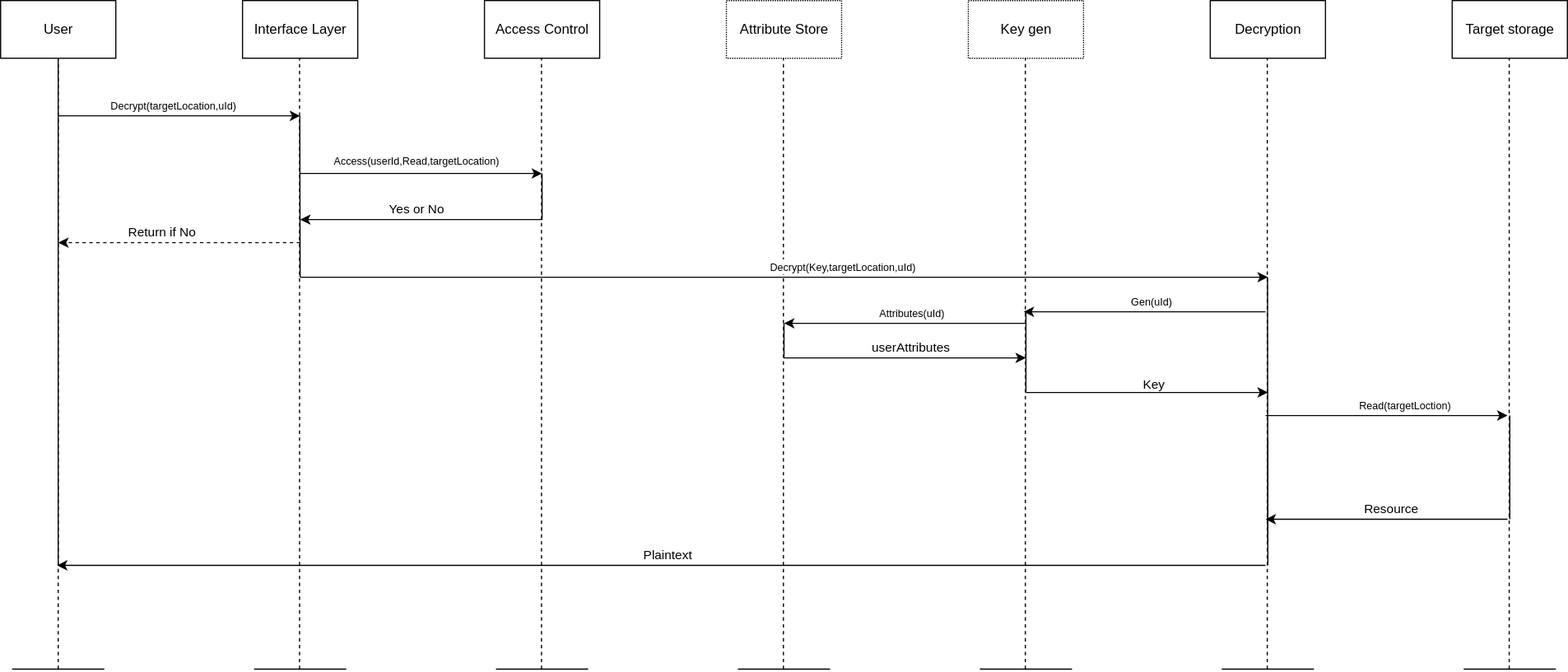
The draw.io diagram docs/design/system/decryption_flow.drawio.svg in ivajon/NGAC_ABE, before a commit. Source tidied: cells renumbered, new cells last; positions are measured from the earlier drawing's top-left corner, leaving out a move shared by most shapes.
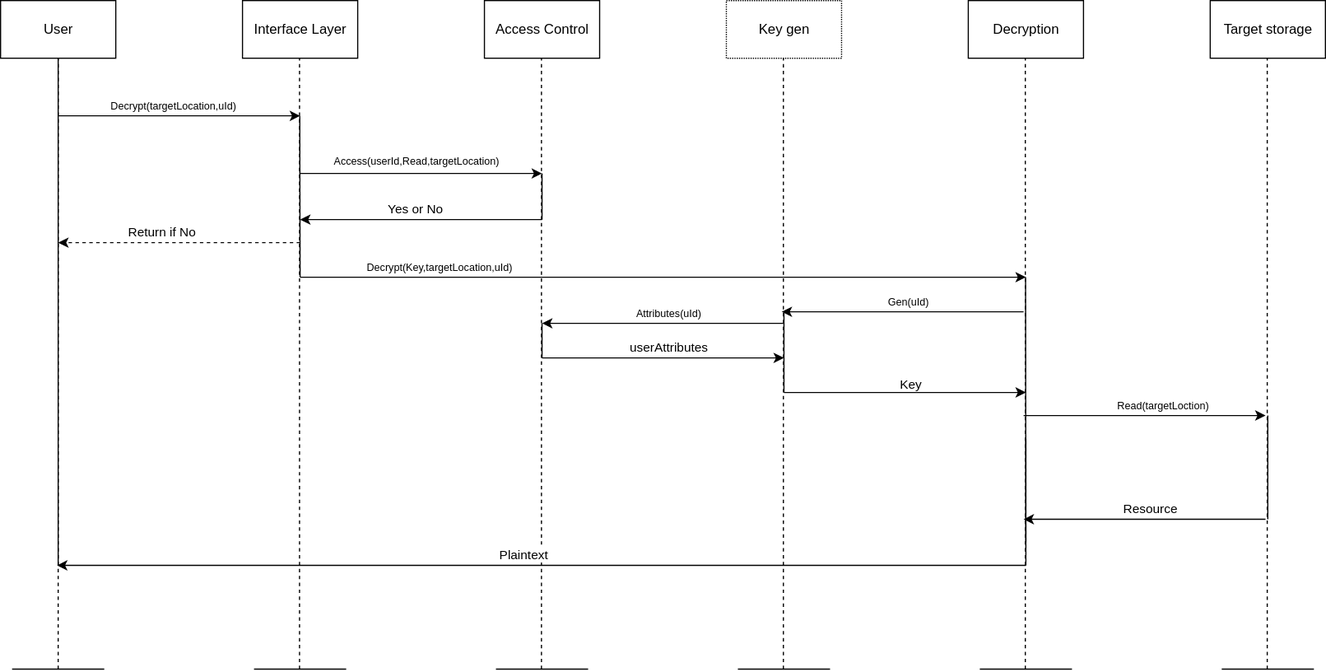
The same file after the commit.

What changed in the source:
```diff
@@ -9,7 +9,7 @@
       <mxGeometry x="420" width="100" height="50" as="geometry" />
     </mxCell>
     <mxCell id="4" value="Decryption" style="html=1;dashed=0;whitespace=wrap;" parent="1" vertex="1">
-      <mxGeometry x="1050" width="100" height="50" as="geometry" />
+      <mxGeometry x="840" width="100" height="50" as="geometry" />
     </mxCell>
     <mxCell id="5" value="Interface Layer" style="html=1;dashed=0;whitespace=wrap;" parent="1" vertex="1">
       <mxGeometry x="210" width="100" height="50" as="geometry" />
@@ -43,10 +43,10 @@
     </mxCell>
     <mxCell id="9" style="endArrow=none;html=1;" parent="1" edge="1">
       <mxGeometry relative="1" as="geometry">
-        <mxPoint x="1060" y="580" as="sourcePoint" />
-        <mxPoint x="1140" y="580" as="targetPoint" />
+        <mxPoint x="850" y="580" as="sourcePoint" />
+        <mxPoint x="930" y="580" as="targetPoint" />
         <Array as="points">
-          <mxPoint x="1100" y="580" />
+          <mxPoint x="890" y="580" />
         </Array>
       </mxGeometry>
     </mxCell>
@@ -69,8 +69,8 @@
     </mxCell>
     <mxCell id="13" style="endArrow=none;dashed=1;html=1;entryX=0.5;entryY=1;entryDx=0;entryDy=0;" parent="1" edge="1">
       <mxGeometry relative="1" as="geometry">
-        <mxPoint x="1099.5" y="580" as="sourcePoint" />
-        <mxPoint x="1099.5" y="50" as="targetPoint" />
+        <mxPoint x="889.5" y="580" as="sourcePoint" />
+        <mxPoint x="889.5" y="50" as="targetPoint" />
       </mxGeometry>
     </mxCell>
     <mxCell id="14" style="endArrow=classic;html=1;" parent="1" edge="1">
@@ -91,21 +91,21 @@
       </mxGeometry>
     </mxCell>
     <mxCell id="17" value="Target storage" style="html=1;dashed=0;whitespace=wrap;" parent="1" vertex="1">
-      <mxGeometry x="1260" width="100" height="50" as="geometry" />
+      <mxGeometry x="1050" width="100" height="50" as="geometry" />
     </mxCell>
     <mxCell id="18" style="endArrow=none;html=1;" parent="1" edge="1">
       <mxGeometry relative="1" as="geometry">
-        <mxPoint x="1270" y="580" as="sourcePoint" />
-        <mxPoint x="1350" y="580" as="targetPoint" />
+        <mxPoint x="1060" y="580" as="sourcePoint" />
+        <mxPoint x="1140" y="580" as="targetPoint" />
         <Array as="points">
-          <mxPoint x="1310" y="580" />
+          <mxPoint x="1100" y="580" />
         </Array>
       </mxGeometry>
     </mxCell>
     <mxCell id="19" style="endArrow=none;dashed=1;html=1;entryX=0.5;entryY=1;entryDx=0;entryDy=0;" parent="1" edge="1">
       <mxGeometry relative="1" as="geometry">
-        <mxPoint x="1309.5" y="580" as="sourcePoint" />
-        <mxPoint x="1309.5" y="50" as="targetPoint" />
+        <mxPoint x="1099.5" y="580" as="sourcePoint" />
+        <mxPoint x="1099.5" y="50" as="targetPoint" />
       </mxGeometry>
     </mxCell>
     <mxCell id="20" style="endArrow=none;html=1;" parent="1" edge="1">
@@ -139,67 +139,49 @@
     </mxCell>
     <mxCell id="25" style="endArrow=none;html=1;" parent="1" edge="1">
       <mxGeometry relative="1" as="geometry">
-        <mxPoint x="1100" y="380" as="sourcePoint" />
-        <mxPoint x="1100" y="470" as="targetPoint" />
+        <mxPoint x="890" y="380" as="sourcePoint" />
+        <mxPoint x="890" y="470" as="targetPoint" />
       </mxGeometry>
     </mxCell>
     <mxCell id="26" style="endArrow=none;html=1;" parent="1" edge="1">
       <mxGeometry relative="1" as="geometry">
-        <mxPoint x="1310" y="450" as="sourcePoint" />
-        <mxPoint x="1310" y="360" as="targetPoint" />
+        <mxPoint x="1100" y="450" as="sourcePoint" />
+        <mxPoint x="1100" y="360" as="targetPoint" />
       </mxGeometry>
     </mxCell>
-    <mxCell id="27" value="Attribute Store" style="html=1;dashed=1;whitespace=wrap;dashPattern=1 1;" parent="1" vertex="1">
-      <mxGeometry x="630" width="100" height="50" as="geometry" />
-    </mxCell>
-    <mxCell id="28" style="endArrow=none;html=1;" parent="1" edge="1">
-      <mxGeometry relative="1" as="geometry">
-        <mxPoint x="640" y="580" as="sourcePoint" />
-        <mxPoint x="720" y="580" as="targetPoint" />
-        <Array as="points">
-          <mxPoint x="680" y="580" />
-        </Array>
-      </mxGeometry>
-    </mxCell>
-    <mxCell id="29" style="endArrow=none;dashed=1;html=1;entryX=0.5;entryY=1;entryDx=0;entryDy=0;" parent="1" edge="1">
-      <mxGeometry relative="1" as="geometry">
-        <mxPoint x="679.5" y="580" as="sourcePoint" />
-        <mxPoint x="679.5" y="50" as="targetPoint" />
-      </mxGeometry>
-    </mxCell>
     <mxCell id="30" style="endArrow=classic;html=1;" parent="1" edge="1">
       <mxGeometry relative="1" as="geometry">
         <mxPoint x="260" y="240" as="sourcePoint" />
-        <mxPoint x="1100" y="240" as="targetPoint" />
+        <mxPoint x="890" y="240" as="targetPoint" />
       </mxGeometry>
     </mxCell>
     <mxCell id="31" value="&lt;font style=&quot;font-size: 9px&quot;&gt;Decrypt(Key,targetLocation,uId)&lt;/font&gt;" style="edgeLabel;html=1;align=center;verticalAlign=middle;" parent="30" vertex="1">
       <mxGeometry x="0.33" y="-1" relative="1" as="geometry">
-        <mxPoint x="-87" y="-11" as="offset" />
+        <mxPoint x="-297" y="-11" as="offset" />
       </mxGeometry>
     </mxCell>
     <mxCell id="32" value="Key gen" style="html=1;dashed=1;whitespace=wrap;dashPattern=1 1;" parent="1" vertex="1">
-      <mxGeometry x="840" width="100" height="50" as="geometry" />
+      <mxGeometry x="630" width="100" height="50" as="geometry" />
     </mxCell>
     <mxCell id="33" style="endArrow=none;html=1;" parent="1" edge="1">
       <mxGeometry relative="1" as="geometry">
-        <mxPoint x="850" y="580" as="sourcePoint" />
-        <mxPoint x="930" y="580" as="targetPoint" />
+        <mxPoint x="640" y="580" as="sourcePoint" />
+        <mxPoint x="720" y="580" as="targetPoint" />
         <Array as="points">
-          <mxPoint x="890" y="580" />
+          <mxPoint x="680" y="580" />
         </Array>
       </mxGeometry>
     </mxCell>
     <mxCell id="34" style="endArrow=none;dashed=1;html=1;entryX=0.5;entryY=1;entryDx=0;entryDy=0;" parent="1" edge="1">
       <mxGeometry relative="1" as="geometry">
-        <mxPoint x="889.5" y="580" as="sourcePoint" />
-        <mxPoint x="889.5" y="50" as="targetPoint" />
+        <mxPoint x="679.5" y="580" as="sourcePoint" />
+        <mxPoint x="679.5" y="50" as="targetPoint" />
       </mxGeometry>
     </mxCell>
     <mxCell id="35" style="endArrow=classic;html=1;" parent="1" edge="1">
       <mxGeometry relative="1" as="geometry">
-        <mxPoint x="890" y="340" as="sourcePoint" />
-        <mxPoint x="1100" y="340" as="targetPoint" />
+        <mxPoint x="680" y="340" as="sourcePoint" />
+        <mxPoint x="890" y="340" as="targetPoint" />
       </mxGeometry>
     </mxCell>
     <mxCell id="36" value="Key" style="edgeLabel;html=1;align=center;verticalAlign=middle;" parent="35" vertex="1">
@@ -220,8 +202,8 @@
     </mxCell>
     <mxCell id="39" style="endArrow=classic;html=1;" parent="1" edge="1">
       <mxGeometry relative="1" as="geometry">
-        <mxPoint x="1098" y="360" as="sourcePoint" />
-        <mxPoint x="1308" y="360" as="targetPoint" />
+        <mxPoint x="888" y="360" as="sourcePoint" />
+        <mxPoint x="1098" y="360" as="targetPoint" />
       </mxGeometry>
     </mxCell>
     <mxCell id="40" value="&lt;font style=&quot;font-size: 9px&quot;&gt;Read(targetLoction)&lt;/font&gt;" style="edgeLabel;html=1;align=center;verticalAlign=middle;" parent="39" vertex="1">
@@ -231,8 +213,8 @@
     </mxCell>
     <mxCell id="41" style="endArrow=classic;html=1;" parent="1" edge="1">
       <mxGeometry relative="1" as="geometry">
-        <mxPoint x="1308" y="450" as="sourcePoint" />
-        <mxPoint x="1098" y="450" as="targetPoint" />
+        <mxPoint x="1098" y="450" as="sourcePoint" />
+        <mxPoint x="888" y="450" as="targetPoint" />
       </mxGeometry>
     </mxCell>
     <mxCell id="42" value="Resource" style="edgeLabel;html=1;align=center;verticalAlign=middle;" parent="41" vertex="1">
@@ -242,7 +224,7 @@
     </mxCell>
     <mxCell id="43" style="endArrow=classic;html=1;" parent="1" edge="1">
       <mxGeometry relative="1" as="geometry">
-        <mxPoint x="1098" y="490" as="sourcePoint" />
+        <mxPoint x="890" y="490" as="sourcePoint" />
         <mxPoint x="49" y="490" as="targetPoint" />
       </mxGeometry>
     </mxCell>
@@ -258,8 +240,8 @@
     </mxCell>
     <mxCell id="46" style="endArrow=classic;html=1;" parent="1" edge="1">
       <mxGeometry relative="1" as="geometry">
-        <mxPoint x="890" y="280" as="sourcePoint" />
-        <mxPoint x="680" y="280" as="targetPoint" />
+        <mxPoint x="680" y="280" as="sourcePoint" />
+        <mxPoint x="470" y="280" as="targetPoint" />
       </mxGeometry>
     </mxCell>
     <mxCell id="47" value="&lt;font style=&quot;font-size: 9px&quot;&gt;Attributes(uId)&lt;/font&gt;" style="edgeLabel;html=1;align=center;verticalAlign=middle;" parent="46" vertex="1">
@@ -269,8 +251,8 @@
     </mxCell>
     <mxCell id="48" style="endArrow=classic;html=1;" parent="1" edge="1">
       <mxGeometry relative="1" as="geometry">
-        <mxPoint x="680" y="310" as="sourcePoint" />
-        <mxPoint x="890" y="310" as="targetPoint" />
+        <mxPoint x="470" y="310" as="sourcePoint" />
+        <mxPoint x="680" y="310" as="targetPoint" />
       </mxGeometry>
     </mxCell>
     <mxCell id="49" value="userAttributes" style="edgeLabel;html=1;align=center;verticalAlign=middle;" parent="48" vertex="1">
@@ -280,20 +262,20 @@
     </mxCell>
     <mxCell id="50" style="endArrow=none;html=1;fontSize=9;" parent="1" edge="1">
       <mxGeometry relative="1" as="geometry">
-        <mxPoint x="890" y="340" as="sourcePoint" />
-        <mxPoint x="890" y="270" as="targetPoint" />
+        <mxPoint x="680" y="340" as="sourcePoint" />
+        <mxPoint x="680" y="270" as="targetPoint" />
       </mxGeometry>
     </mxCell>
     <mxCell id="51" style="endArrow=none;html=1;fontSize=9;" parent="1" edge="1">
       <mxGeometry relative="1" as="geometry">
-        <mxPoint x="680" y="310" as="sourcePoint" />
-        <mxPoint x="680" y="280" as="targetPoint" />
+        <mxPoint x="470" y="310" as="sourcePoint" />
+        <mxPoint x="470" y="280" as="targetPoint" />
       </mxGeometry>
     </mxCell>
     <mxCell id="52" style="endArrow=classic;html=1;" parent="1" edge="1">
       <mxGeometry relative="1" as="geometry">
-        <mxPoint x="1098" y="270" as="sourcePoint" />
-        <mxPoint x="888" y="270" as="targetPoint" />
+        <mxPoint x="888" y="270" as="sourcePoint" />
+        <mxPoint x="678" y="270" as="targetPoint" />
       </mxGeometry>
     </mxCell>
     <mxCell id="53" value="&lt;font style=&quot;font-size: 9px&quot;&gt;Gen(uId)&lt;/font&gt;" style="edgeLabel;html=1;align=center;verticalAlign=middle;" parent="52" vertex="1">
@@ -303,8 +285,8 @@
     </mxCell>
     <mxCell id="54" style="endArrow=none;html=1;fontSize=9;" parent="1" edge="1">
       <mxGeometry relative="1" as="geometry">
-        <mxPoint x="1100" y="490" as="sourcePoint" />
-        <mxPoint x="1099.7" y="240" as="targetPoint" />
+        <mxPoint x="890" y="490" as="sourcePoint" />
+        <mxPoint x="889.7" y="240" as="targetPoint" />
       </mxGeometry>
     </mxCell>
   </root>
```
